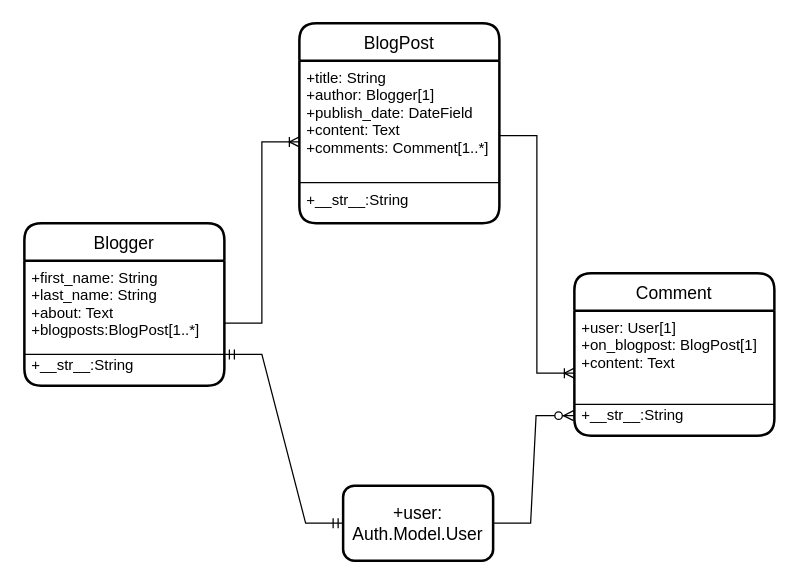
sourabhdhingra/django-mini-blog keeps this draw.io diagram as ERD.drawio. Above is the earlier version. Source tidied: cells renumbered, new cells numbered last; positions are measured from the earlier drawing's top-left corner, leaving out a move shared by most shapes. Both pictures are drawn from the tidied source at 125%, with x=0, y=0 at pixel (24, 22).
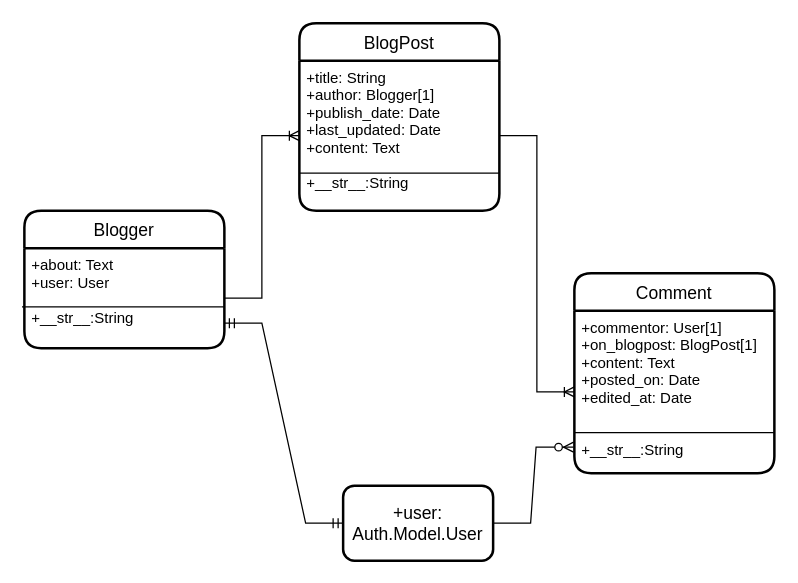
The same page after the edit.

Commit message (it also covers changes not shown here):
readme.md - adding ERD and its explanation

Diff of the diagram source:
```diff
@@
 <mxGraphModel>
   <root>
     <mxCell id="0" />
     <mxCell id="1" parent="0" />
     <mxCell id="2" value="Blogger" style="swimlane;horizontal=1;startSize=30;rounded=1;fontSize=14;fontStyle=0;strokeWidth=2;shadow=0;dashed=0;align=center;strokeColor=#000000;" parent="1" vertex="1">
-      <mxGeometry y="160" width="160" height="130" as="geometry" />
+      <mxGeometry y="150" width="160" height="110" as="geometry" />
     </mxCell>
-    <mxCell id="3" value="+first_name: String&#10;+last_name: String&#10;+about: Text&#10;+blogposts:BlogPost[1..*]&#10;&#10;+__str__:String" style="align=left;strokeColor=none;fillColor=none;spacingLeft=4;fontSize=12;verticalAlign=top;" parent="2" vertex="1">
-      <mxGeometry y="30" width="160" height="100" as="geometry" />
+    <mxCell id="3" value="+about: Text&#10;+user: User&#10;&#10;+__str__:String" style="align=left;strokeColor=none;fillColor=none;spacingLeft=4;fontSize=12;verticalAlign=top;" parent="2" vertex="1">
+      <mxGeometry y="30" width="160" height="80" as="geometry" />
     </mxCell>
-    <mxCell id="4" style="endArrow=none;html=1;rounded=0;exitX=0;exitY=0.75;exitDx=0;exitDy=0;entryX=1;entryY=0.75;entryDx=0;entryDy=0;" parent="2" edge="1" source="3" target="3">
-      <mxGeometry relative="1" as="geometry" />
+    <mxCell id="4" style="endArrow=none;html=1;rounded=0;exitX=-0.012;exitY=0.588;exitDx=0;exitDy=0;exitPerimeter=0;" parent="2" edge="1" source="3">
+      <mxGeometry relative="1" as="geometry">
+        <mxPoint x="160" y="77" as="targetPoint" />
+      </mxGeometry>
     </mxCell>
     <mxCell id="5" value="BlogPost" style="swimlane;horizontal=1;startSize=30;rounded=1;fontSize=14;fontStyle=0;strokeWidth=2;shadow=0;dashed=0;align=center;strokeColor=#000000;" parent="1" vertex="1">
-      <mxGeometry x="220" width="160" height="160" as="geometry" />
+      <mxGeometry x="220" width="160" height="150" as="geometry" />
     </mxCell>
-    <mxCell id="6" value="+title: String&#10;+author: Blogger[1]&#10;+publish_date: DateField&#10;+content: Text&#10;+comments: Comment[1..*]&#10;&#10;&#10;+__str__:String" style="align=left;strokeColor=none;fillColor=none;spacingLeft=4;fontSize=12;verticalAlign=top;" parent="5" vertex="1">
-      <mxGeometry y="30" width="160" height="130" as="geometry" />
+    <mxCell id="6" value="+title: String&#10;+author: Blogger[1]&#10;+publish_date: Date&#10;+last_updated: Date&#10;+content: Text&#10;&#10;+__str__:String" style="align=left;strokeColor=none;fillColor=none;spacingLeft=4;fontSize=12;verticalAlign=top;" parent="5" vertex="1">
+      <mxGeometry y="30" width="160" height="120" as="geometry" />
     </mxCell>
     <mxCell id="7" style="endArrow=none;html=1;rounded=0;entryX=1;entryY=0.75;entryDx=0;entryDy=0;exitX=0;exitY=0.75;exitDx=0;exitDy=0;" parent="5" edge="1" source="6" target="6">
       <mxGeometry relative="1" as="geometry" />
     </mxCell>
     <mxCell id="8" style="edgeStyle=entityRelationEdgeStyle;fontSize=12;html=1;endArrow=ERoneToMany;rounded=0;exitX=1;exitY=0.5;exitDx=0;exitDy=0;exitPerimeter=0;entryX=0;entryY=0.5;entryDx=0;entryDy=0;" parent="1" edge="1" source="3" target="6">
       <mxGeometry relative="1" as="geometry" />
     </mxCell>
     <mxCell id="9" value="Comment" style="swimlane;horizontal=1;startSize=30;rounded=1;fontSize=14;fontStyle=0;strokeWidth=2;shadow=0;dashed=0;align=center;strokeColor=#000000;" parent="1" vertex="1">
-      <mxGeometry x="440" y="200" width="160" height="130" as="geometry" />
+      <mxGeometry x="440" y="200" width="160" height="160" as="geometry" />
     </mxCell>
-    <mxCell id="10" value="+user: User[1]&#10;+on_blogpost: BlogPost[1]&#10;+content: Text&#10;&#10;&#10;+__str__:String" style="align=left;strokeColor=none;fillColor=none;spacingLeft=4;fontSize=12;verticalAlign=top;" parent="9" vertex="1">
-      <mxGeometry y="30" width="160" height="100" as="geometry" />
+    <mxCell id="10" value="+commentor: User[1]&#10;+on_blogpost: BlogPost[1]&#10;+content: Text&#10;+posted_on: Date&#10;+edited_at: Date&#10;&#10;&#10;+__str__:String" style="align=left;strokeColor=none;fillColor=none;spacingLeft=4;fontSize=12;verticalAlign=top;" parent="9" vertex="1">
+      <mxGeometry y="30" width="160" height="130" as="geometry" />
     </mxCell>
     <mxCell id="11" style="endArrow=none;html=1;rounded=0;exitX=0;exitY=0.75;exitDx=0;exitDy=0;entryX=1;entryY=0.75;entryDx=0;entryDy=0;" parent="9" edge="1" source="10" target="10">
       <mxGeometry relative="1" as="geometry" />
     </mxCell>
     <mxCell id="12" style="edgeStyle=entityRelationEdgeStyle;fontSize=12;html=1;endArrow=ERoneToMany;rounded=0;entryX=0;entryY=0.5;entryDx=0;entryDy=0;" parent="1" edge="1" target="10">
       <mxGeometry relative="1" as="geometry">
         <mxPoint x="380" y="90" as="sourcePoint" />
       </mxGeometry>
     </mxCell>
     <mxCell id="13" value="+user: Auth.Model.User" style="whiteSpace=wrap;html=1;fontSize=14;strokeColor=#000000;fontStyle=0;startSize=30;rounded=1;strokeWidth=2;shadow=0;dashed=0;" parent="1" vertex="1">
       <mxGeometry x="255" y="370" width="120" height="60" as="geometry" />
     </mxCell>
     <mxCell id="14" style="edgeStyle=entityRelationEdgeStyle;fontSize=12;html=1;endArrow=ERzeroToMany;endFill=1;rounded=0;entryX=-0.004;entryY=0.84;entryDx=0;entryDy=0;entryPerimeter=0;exitX=1;exitY=0.5;exitDx=0;exitDy=0;" parent="1" edge="1" source="13" target="10">
       <mxGeometry relative="1" as="geometry" />
     </mxCell>
     <mxCell id="15" style="edgeStyle=entityRelationEdgeStyle;fontSize=12;html=1;endArrow=ERmandOne;startArrow=ERmandOne;rounded=0;exitX=1;exitY=0.75;exitDx=0;exitDy=0;entryX=0;entryY=0.5;entryDx=0;entryDy=0;" parent="1" edge="1" source="3" target="13">
       <mxGeometry relative="1" as="geometry" />
     </mxCell>
   </root>
 </mxGraphModel>
```
